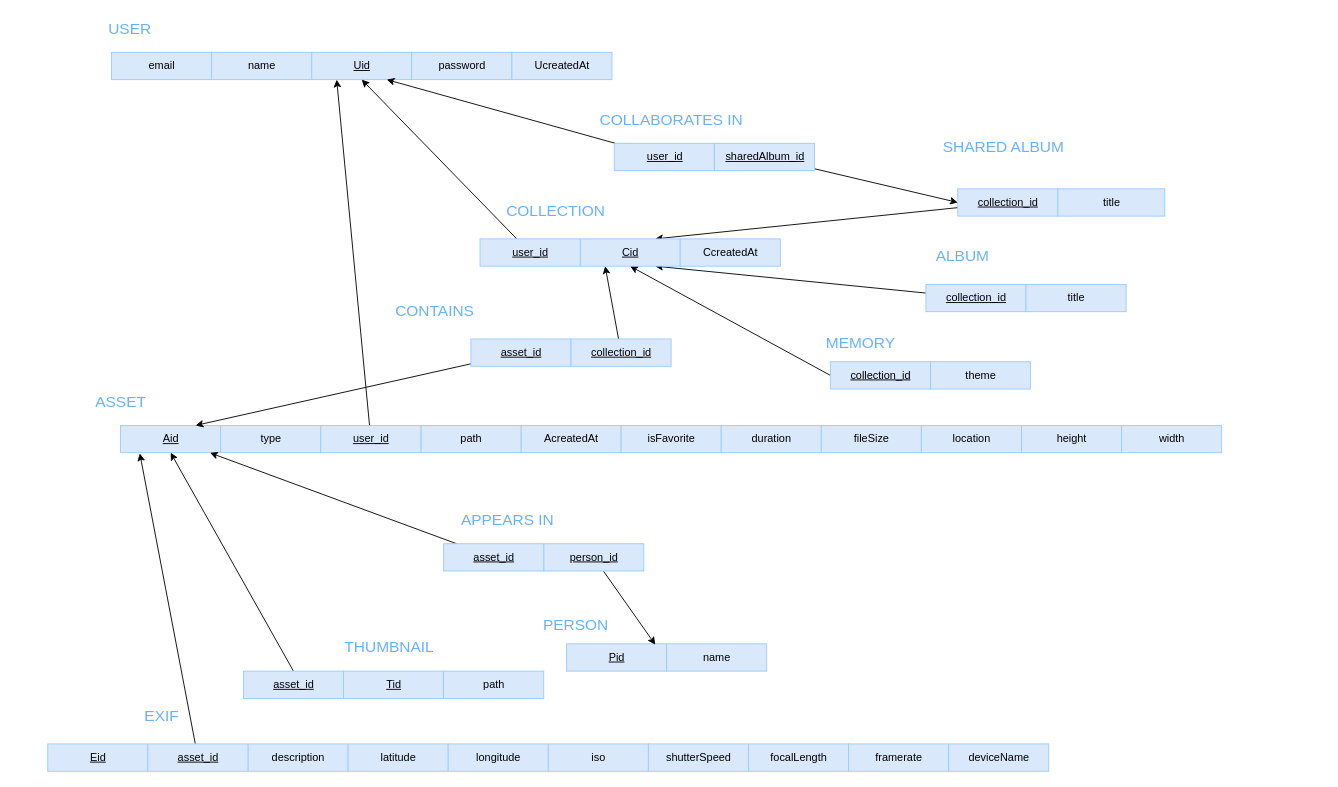
toniker/db keeps this draw.io diagram as db2.drawio. Above is the earlier version. Source tidied: cells renumbered, new cells numbered last; positions are measured from the earlier drawing's top-left corner, leaving out a move shared by most shapes. Both pictures are drawn from the tidied source at 91%, with x=0, y=0 at pixel (47, 15).
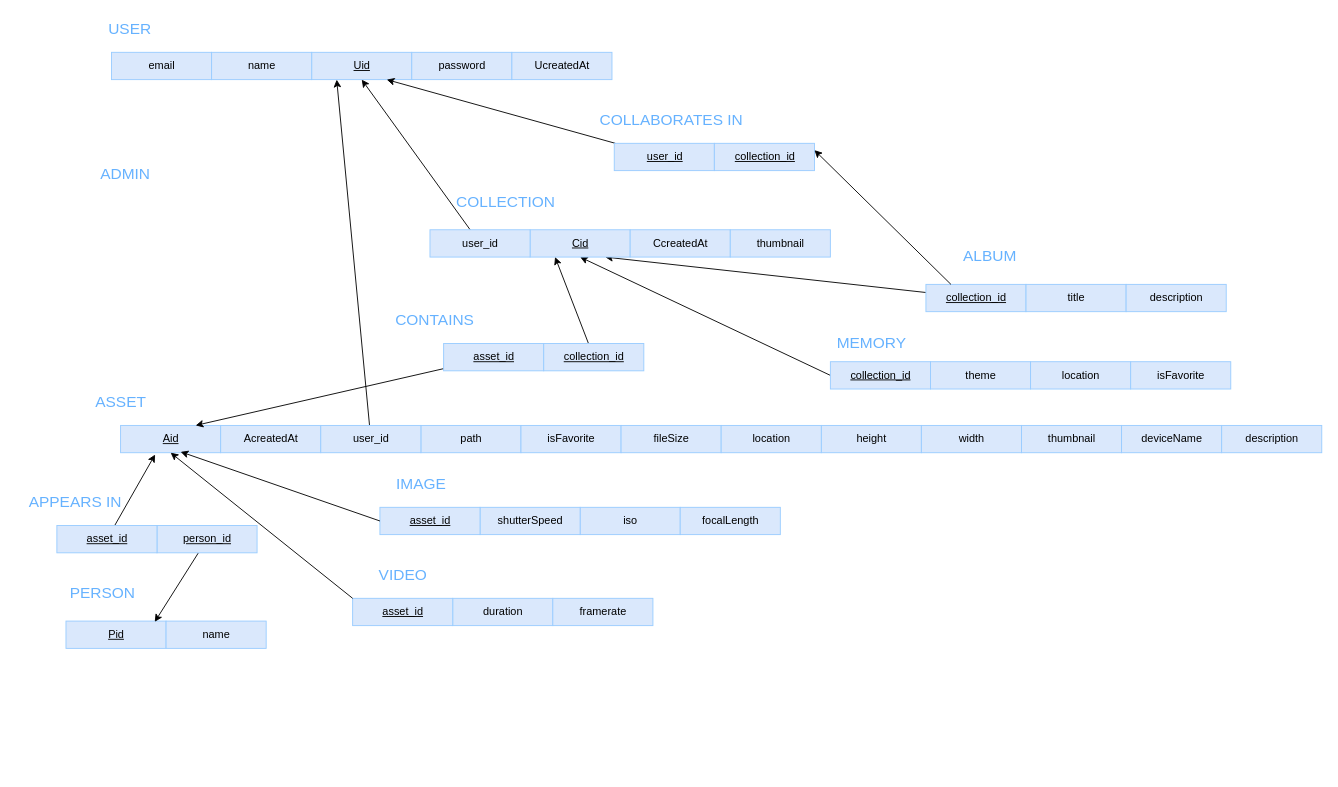
Above is the later version.

The change refers to these unchanged cells:
```xml
<mxCell id="2" value="&lt;u&gt;Aid&lt;/u&gt;" style="html=1;fillColor=#dae8fc;strokeColor=#99CCFF;" parent="1" vertex="1">
  <mxGeometry x="80" y="450" width="110" height="30" as="geometry" />
</mxCell>
<mxCell id="43" value="&lt;u&gt;collection_id&lt;/u&gt;" style="html=1;fillColor=#dae8fc;strokeColor=#99CCFF;" parent="1" vertex="1">
  <mxGeometry x="965" y="295" width="110" height="30" as="geometry" />
</mxCell>
```

Change to the diagram source:
```diff
@@
-    <mxCell id="3" value="type" style="html=1;fillColor=#dae8fc;strokeColor=#99CCFF;" parent="1" vertex="1">
-      <mxGeometry x="190" y="450" width="110" height="30" as="geometry" />
-    </mxCell>
     <mxCell id="4" value="AcreatedAt" style="html=1;fillColor=#dae8fc;strokeColor=#99CCFF;" parent="1" vertex="1">
-      <mxGeometry x="520" y="450" width="110" height="30" as="geometry" />
+      <mxGeometry x="190" y="450" width="110" height="30" as="geometry" />
     </mxCell>
@@
     <mxCell id="6" value="isFavorite" style="html=1;fillColor=#dae8fc;strokeColor=#99CCFF;" parent="1" vertex="1">
-      <mxGeometry x="630" y="450" width="110" height="30" as="geometry" />
+      <mxGeometry x="520" y="450" width="110" height="30" as="geometry" />
     </mxCell>
     <mxCell id="7" value="duration" style="html=1;fillColor=#dae8fc;strokeColor=#99CCFF;" parent="1" vertex="1">
-      <mxGeometry x="740" y="450" width="110" height="30" as="geometry" />
+      <mxGeometry x="445" y="640" width="110" height="30" as="geometry" />
     </mxCell>
     <mxCell id="8" value="fileSize" style="html=1;fillColor=#dae8fc;strokeColor=#99CCFF;" parent="1" vertex="1">
-      <mxGeometry x="850" y="450" width="110" height="30" as="geometry" />
+      <mxGeometry x="630" y="450" width="110" height="30" as="geometry" />
     </mxCell>
     <mxCell id="9" value="height" style="html=1;fillColor=#dae8fc;strokeColor=#99CCFF;" parent="1" vertex="1">
-      <mxGeometry x="1070" y="450" width="110" height="30" as="geometry" />
+      <mxGeometry x="850" y="450" width="110" height="30" as="geometry" />
     </mxCell>
     <mxCell id="10" value="location" style="html=1;fillColor=#dae8fc;strokeColor=#99CCFF;" parent="1" vertex="1">
-      <mxGeometry x="960" y="450" width="110" height="30" as="geometry" />
+      <mxGeometry x="740" y="450" width="110" height="30" as="geometry" />
     </mxCell>
@@
     <mxCell id="12" value="width" style="html=1;fillColor=#dae8fc;strokeColor=#99CCFF;" parent="1" vertex="1">
-      <mxGeometry x="1180" y="450" width="110" height="30" as="geometry" />
+      <mxGeometry x="960" y="450" width="110" height="30" as="geometry" />
     </mxCell>
@@
     <mxCell id="21" value="MEMORY" style="text;html=1;align=center;verticalAlign=middle;strokeColor=none;fillColor=none;fontSize=17;fontColor=#66B2FF;" parent="1" vertex="1">
-      <mxGeometry x="842.5" y="345" width="100" height="30" as="geometry" />
+      <mxGeometry x="855" y="345" width="100" height="30" as="geometry" />
     </mxCell>
     <mxCell id="22" value="ALBUM" style="text;html=1;align=center;verticalAlign=middle;strokeColor=none;fillColor=none;fontSize=17;fontColor=#66B2FF;" parent="1" vertex="1">
-      <mxGeometry x="965" y="250" width="80" height="30" as="geometry" />
+      <mxGeometry x="995" y="250" width="80" height="30" as="geometry" />
     </mxCell>
-    <mxCell id="23" value="SHARED ALBUM" style="text;html=1;align=center;verticalAlign=middle;strokeColor=none;fillColor=none;fontSize=17;fontColor=#66B2FF;" parent="1" vertex="1">
-      <mxGeometry x="970" y="130" width="160" height="30" as="geometry" />
-    </mxCell>
-    <mxCell id="24" style="edgeStyle=none;rounded=0;jettySize=auto;html=1;entryX=0.5;entryY=1;entryDx=0;entryDy=0;endArrow=classic;endFill=1;exitX=0.5;exitY=0;exitDx=0;exitDy=0;" parent="1" edge="1" source="63" target="2">
-      <mxGeometry relative="1" as="geometry" />
-    </mxCell>
-    <mxCell id="25" value="&lt;u&gt;Tid&lt;/u&gt;" style="html=1;fillColor=#dae8fc;strokeColor=#99CCFF;" parent="1" vertex="1">
-      <mxGeometry x="325" y="720" width="110" height="30" as="geometry" />
-    </mxCell>
-    <mxCell id="26" value="THUMBNAIL" style="text;html=1;align=center;verticalAlign=middle;strokeColor=none;fillColor=none;fontSize=17;fontColor=#66B2FF;" parent="1" vertex="1">
-      <mxGeometry x="315" y="680" width="120" height="30" as="geometry" />
-    </mxCell>
-    <mxCell id="27" value="path" style="html=1;fillColor=#dae8fc;strokeColor=#99CCFF;" parent="1" vertex="1">
-      <mxGeometry x="435" y="720" width="110" height="30" as="geometry" />
-    </mxCell>
-    <mxCell id="28" value="EXIF" style="text;html=1;align=center;verticalAlign=middle;strokeColor=none;fillColor=none;fontSize=17;fontColor=#66B2FF;" parent="1" vertex="1">
-      <mxGeometry x="95" y="755" width="60" height="30" as="geometry" />
-    </mxCell>
-    <mxCell id="29" value="&lt;u&gt;Eid&lt;/u&gt;" style="html=1;fillColor=#dae8fc;strokeColor=#99CCFF;" parent="1" vertex="1">
-      <mxGeometry y="800" width="110" height="30" as="geometry" />
-    </mxCell>
-    <mxCell id="30" value="description" style="html=1;fillColor=#dae8fc;strokeColor=#99CCFF;" parent="1" vertex="1">
-      <mxGeometry x="220" y="800" width="110" height="30" as="geometry" />
-    </mxCell>
-    <mxCell id="31" value="latitude" style="html=1;fillColor=#dae8fc;strokeColor=#99CCFF;" parent="1" vertex="1">
-      <mxGeometry x="330" y="800" width="110" height="30" as="geometry" />
-    </mxCell>
-    <mxCell id="32" value="longitude" style="html=1;fillColor=#dae8fc;strokeColor=#99CCFF;" parent="1" vertex="1">
-      <mxGeometry x="440" y="800" width="110" height="30" as="geometry" />
-    </mxCell>
     <mxCell id="33" value="iso" style="html=1;fillColor=#dae8fc;strokeColor=#99CCFF;" parent="1" vertex="1">
-      <mxGeometry x="550" y="800" width="110" height="30" as="geometry" />
+      <mxGeometry x="585" y="540" width="110" height="30" as="geometry" />
     </mxCell>
     <mxCell id="34" value="shutterSpeed" style="html=1;fillColor=#dae8fc;strokeColor=#99CCFF;" parent="1" vertex="1">
-      <mxGeometry x="660" y="800" width="110" height="30" as="geometry" />
+      <mxGeometry x="475" y="540" width="110" height="30" as="geometry" />
     </mxCell>
     <mxCell id="35" value="focalLength" style="html=1;fillColor=#dae8fc;strokeColor=#99CCFF;" parent="1" vertex="1">
-      <mxGeometry x="770" y="800" width="110" height="30" as="geometry" />
+      <mxGeometry x="695" y="540" width="110" height="30" as="geometry" />
     </mxCell>
     <mxCell id="36" value="framerate" style="html=1;fillColor=#dae8fc;strokeColor=#99CCFF;" parent="1" vertex="1">
-      <mxGeometry x="880" y="800" width="110" height="30" as="geometry" />
+      <mxGeometry x="555" y="640" width="110" height="30" as="geometry" />
     </mxCell>
-    <mxCell id="37" value="deviceName" style="html=1;fillColor=#dae8fc;strokeColor=#99CCFF;" parent="1" vertex="1">
-      <mxGeometry x="990" y="800" width="110" height="30" as="geometry" />
-    </mxCell>
@@
     <mxCell id="39" value="&lt;u&gt;Pid&lt;/u&gt;" style="html=1;fillColor=#dae8fc;strokeColor=#99CCFF;" parent="1" vertex="1">
-      <mxGeometry x="570" y="690" width="110" height="30" as="geometry" />
+      <mxGeometry x="20" y="665" width="110" height="30" as="geometry" />
     </mxCell>
     <mxCell id="40" value="name" style="html=1;fillColor=#dae8fc;strokeColor=#99CCFF;" parent="1" vertex="1">
-      <mxGeometry x="680" y="690" width="110" height="30" as="geometry" />
+      <mxGeometry x="130" y="665" width="110" height="30" as="geometry" />
     </mxCell>
     <mxCell id="41" value="PERSON" style="text;html=1;align=center;verticalAlign=middle;strokeColor=none;fillColor=none;fontSize=17;fontColor=#66B2FF;" parent="1" vertex="1">
-      <mxGeometry x="530" y="655" width="100" height="30" as="geometry" />
+      <mxGeometry x="10" y="620" width="100" height="30" as="geometry" />
     </mxCell>
@@
-    <mxCell id="45" style="edgeStyle=none;rounded=0;jettySize=auto;html=1;entryX=0.75;entryY=0;entryDx=0;entryDy=0;endArrow=classic;endFill=1;" parent="1" edge="1" source="46" target="49">
-      <mxGeometry relative="1" as="geometry" />
-    </mxCell>
-    <mxCell id="46" value="&lt;u&gt;collection_id&lt;/u&gt;" style="html=1;fillColor=#dae8fc;strokeColor=#99CCFF;" parent="1" vertex="1">
-      <mxGeometry x="1000" y="190" width="110" height="30" as="geometry" />
-    </mxCell>
-    <mxCell id="47" value="title" style="html=1;fillColor=#dae8fc;strokeColor=#99CCFF;" parent="1" vertex="1">
-      <mxGeometry x="1110" y="190" width="117.5" height="30" as="geometry" />
-    </mxCell>
     <mxCell id="48" value="COLLECTION" style="text;html=1;align=center;verticalAlign=middle;strokeColor=none;fillColor=none;fontSize=17;fontColor=#66B2FF;" parent="1" vertex="1">
-      <mxGeometry x="492.5" y="200" width="130" height="30" as="geometry" />
+      <mxGeometry x="437.5" y="190" width="130" height="30" as="geometry" />
     </mxCell>
     <mxCell id="49" value="&lt;u&gt;Cid&lt;/u&gt;" style="html=1;fillColor=#dae8fc;strokeColor=#99CCFF;" parent="1" vertex="1">
-      <mxGeometry x="585" y="245" width="110" height="30" as="geometry" />
+      <mxGeometry x="530" y="235" width="110" height="30" as="geometry" />
     </mxCell>
     <mxCell id="50" value="CcreatedAt" style="html=1;fillColor=#dae8fc;strokeColor=#99CCFF;" parent="1" vertex="1">
-      <mxGeometry x="695" y="245" width="110" height="30" as="geometry" />
+      <mxGeometry x="640" y="235" width="110" height="30" as="geometry" />
     </mxCell>
@@
     <mxCell id="52" value="&lt;u&gt;person_id&lt;/u&gt;" style="html=1;fillColor=#dae8fc;strokeColor=#99CCFF;" parent="1" vertex="1">
-      <mxGeometry x="545" y="580" width="110" height="30" as="geometry" />
+      <mxGeometry x="120" y="560" width="110" height="30" as="geometry" />
     </mxCell>
     <mxCell id="53" value="APPEARS IN" style="text;html=1;align=center;verticalAlign=middle;strokeColor=none;fillColor=none;fontSize=17;fontColor=#66B2FF;" parent="1" vertex="1">
-      <mxGeometry x="440" y="540" width="130" height="30" as="geometry" />
+      <mxGeometry x="-35" y="520" width="130" height="30" as="geometry" />
     </mxCell>
-    <mxCell id="54" style="edgeStyle=none;rounded=0;jettySize=auto;html=1;entryX=0.894;entryY=1.005;entryDx=0;entryDy=0;entryPerimeter=0;endArrow=classic;endFill=1;" parent="1" edge="1" source="55" target="2">
+    <mxCell id="54" style="edgeStyle=none;rounded=0;jettySize=auto;html=1;endArrow=classic;endFill=1;entryX=0.345;entryY=1.067;entryDx=0;entryDy=0;entryPerimeter=0;" parent="1" edge="1" source="55" target="2">
       <mxGeometry relative="1" as="geometry" />
     </mxCell>
     <mxCell id="55" value="&lt;u&gt;asset_id&lt;/u&gt;" style="html=1;fillColor=#dae8fc;strokeColor=#99CCFF;" parent="1" vertex="1">
-      <mxGeometry x="435" y="580" width="110" height="30" as="geometry" />
+      <mxGeometry x="10" y="560" width="110" height="30" as="geometry" />
     </mxCell>
@@
-    <mxCell id="59" style="edgeStyle=none;rounded=0;jettySize=auto;html=1;entryX=0;entryY=0.5;entryDx=0;entryDy=0;endArrow=classic;endFill=1;" parent="1" edge="1" source="60" target="46">
-      <mxGeometry relative="1" as="geometry" />
-    </mxCell>
-    <mxCell id="60" value="&lt;u&gt;sharedAlbum_id&lt;/u&gt;" style="html=1;fillColor=#dae8fc;strokeColor=#99CCFF;" parent="1" vertex="1">
+    <mxCell id="60" value="&lt;u&gt;collection_id&lt;/u&gt;" style="html=1;fillColor=#dae8fc;strokeColor=#99CCFF;" parent="1" vertex="1">
       <mxGeometry x="732.5" y="140" width="110" height="30" as="geometry" />
     </mxCell>
-    <mxCell id="61" style="rounded=0;jettySize=auto;html=1;entryX=0.192;entryY=1.024;entryDx=0;entryDy=0;endArrow=classic;endFill=1;entryPerimeter=0;" parent="1" edge="1" source="62" target="2">
-      <mxGeometry relative="1" as="geometry" />
-    </mxCell>
-    <mxCell id="62" value="&lt;u&gt;asset_id&lt;/u&gt;" style="html=1;fillColor=#dae8fc;strokeColor=#99CCFF;" parent="1" vertex="1">
-      <mxGeometry x="110" y="800" width="110" height="30" as="geometry" />
-    </mxCell>
-    <mxCell id="63" value="&lt;u&gt;asset_id&lt;/u&gt;" style="html=1;fillColor=#dae8fc;strokeColor=#99CCFF;" parent="1" vertex="1">
-      <mxGeometry x="215" y="720" width="110" height="30" as="geometry" />
-    </mxCell>
@@
-    <mxCell id="65" value="&lt;u&gt;user_id&lt;/u&gt;" style="html=1;fillColor=#dae8fc;strokeColor=#99CCFF;" parent="1" vertex="1">
+    <mxCell id="65" value="user_id" style="html=1;fillColor=#dae8fc;strokeColor=#99CCFF;" parent="1" vertex="1">
       <mxGeometry x="300" y="450" width="110" height="30" as="geometry" />
     </mxCell>
     <mxCell id="66" value="CONTAINS" style="text;html=1;align=center;verticalAlign=middle;strokeColor=none;fillColor=none;fontSize=17;fontColor=#66B2FF;" parent="1" vertex="1">
-      <mxGeometry x="370" y="310" width="110" height="30" as="geometry" />
+      <mxGeometry x="370" y="320" width="110" height="30" as="geometry" />
     </mxCell>
@@
     <mxCell id="68" value="&lt;u&gt;asset_id&lt;/u&gt;" style="html=1;fillColor=#dae8fc;strokeColor=#99CCFF;" parent="1" vertex="1">
-      <mxGeometry x="465" y="355" width="110" height="30" as="geometry" />
+      <mxGeometry x="435" y="360" width="110" height="30" as="geometry" />
     </mxCell>
@@
     <mxCell id="70" value="&lt;u&gt;collection_id&lt;/u&gt;" style="html=1;fillColor=#dae8fc;strokeColor=#99CCFF;" parent="1" vertex="1">
-      <mxGeometry x="575" y="355" width="110" height="30" as="geometry" />
+      <mxGeometry x="545" y="360" width="110" height="30" as="geometry" />
     </mxCell>
@@
-    <mxCell id="72" value="&lt;u&gt;user_id&lt;/u&gt;" style="html=1;fillColor=#dae8fc;strokeColor=#99CCFF;" parent="1" vertex="1">
-      <mxGeometry x="475" y="245" width="110" height="30" as="geometry" />
+    <mxCell id="72" value="user_id" style="html=1;fillColor=#dae8fc;strokeColor=#99CCFF;" parent="1" vertex="1">
+      <mxGeometry x="420" y="235" width="110" height="30" as="geometry" />
     </mxCell>
+    <mxCell id="73" value="IMAGE" style="text;html=1;align=center;verticalAlign=middle;strokeColor=none;fillColor=none;fontSize=17;fontColor=#66B2FF;" parent="1" vertex="1">
+      <mxGeometry x="370" y="500" width="80" height="30" as="geometry" />
+    </mxCell>
+    <mxCell id="74" value="VIDEO" style="text;html=1;align=center;verticalAlign=middle;strokeColor=none;fillColor=none;fontSize=17;fontColor=#66B2FF;" parent="1" vertex="1">
+      <mxGeometry x="350" y="600" width="80" height="30" as="geometry" />
+    </mxCell>
+    <mxCell id="75" value="&lt;font color=&quot;#66b2ff&quot; style=&quot;font-size: 17px;&quot;&gt;ADMIN&lt;/font&gt;" style="text;html=1;align=center;verticalAlign=middle;strokeColor=none;fillColor=none;" parent="1" vertex="1">
+      <mxGeometry x="45" y="160" width="80" height="30" as="geometry" />
+    </mxCell>
+    <mxCell id="76" value="thumbnail" style="html=1;fillColor=#dae8fc;strokeColor=#99CCFF;" parent="1" vertex="1">
+      <mxGeometry x="1070" y="450" width="110" height="30" as="geometry" />
+    </mxCell>
+    <mxCell id="37" value="deviceName" style="html=1;fillColor=#dae8fc;strokeColor=#99CCFF;" parent="1" vertex="1">
+      <mxGeometry x="1180" y="450" width="110" height="30" as="geometry" />
+    </mxCell>
+    <mxCell id="77" value="description" style="html=1;fillColor=#dae8fc;strokeColor=#99CCFF;" parent="1" vertex="1">
+      <mxGeometry x="1290" y="450" width="110" height="30" as="geometry" />
+    </mxCell>
+    <mxCell id="78" value="thumbnail" style="html=1;fillColor=#dae8fc;strokeColor=#99CCFF;" parent="1" vertex="1">
+      <mxGeometry x="750" y="235" width="110" height="30" as="geometry" />
+    </mxCell>
+    <mxCell id="79" value="location" style="html=1;fillColor=#dae8fc;strokeColor=#99CCFF;" parent="1" vertex="1">
+      <mxGeometry x="1080" y="380" width="110" height="30" as="geometry" />
+    </mxCell>
+    <mxCell id="80" value="isFavorite" style="html=1;fillColor=#dae8fc;strokeColor=#99CCFF;" parent="1" vertex="1">
+      <mxGeometry x="1190" y="380" width="110" height="30" as="geometry" />
+    </mxCell>
+    <mxCell id="81" value="description" style="html=1;fillColor=#dae8fc;strokeColor=#99CCFF;" parent="1" vertex="1">
+      <mxGeometry x="1185" y="295" width="110" height="30" as="geometry" />
+    </mxCell>
+    <mxCell id="82" value="&lt;u&gt;asset_id&lt;/u&gt;" style="html=1;fillColor=#dae8fc;strokeColor=#99CCFF;" parent="1" vertex="1">
+      <mxGeometry x="335" y="640" width="110" height="30" as="geometry" />
+    </mxCell>
+    <mxCell id="83" value="&lt;u&gt;asset_id&lt;/u&gt;" style="html=1;fillColor=#dae8fc;strokeColor=#99CCFF;" parent="1" vertex="1">
+      <mxGeometry x="365" y="540" width="110" height="30" as="geometry" />
+    </mxCell>
+    <mxCell id="84" style="endArrow=classic;html=1;rounded=0;exitX=0;exitY=0.5;exitDx=0;exitDy=0;entryX=0.6;entryY=0.967;entryDx=0;entryDy=0;entryPerimeter=0;" parent="1" edge="1" source="83" target="2">
+      <mxGeometry relative="1" as="geometry" />
+    </mxCell>
+    <mxCell id="85" style="endArrow=classic;html=1;rounded=0;exitX=0;exitY=0;exitDx=0;exitDy=0;entryX=0.5;entryY=1;entryDx=0;entryDy=0;" parent="1" edge="1" source="82" target="2">
+      <mxGeometry relative="1" as="geometry" />
+    </mxCell>
+    <mxCell id="86" style="endArrow=classic;html=1;rounded=0;exitX=0.25;exitY=0;exitDx=0;exitDy=0;entryX=1;entryY=0.25;entryDx=0;entryDy=0;" parent="1" edge="1" source="43" target="60">
+      <mxGeometry relative="1" as="geometry" />
+    </mxCell>
```
